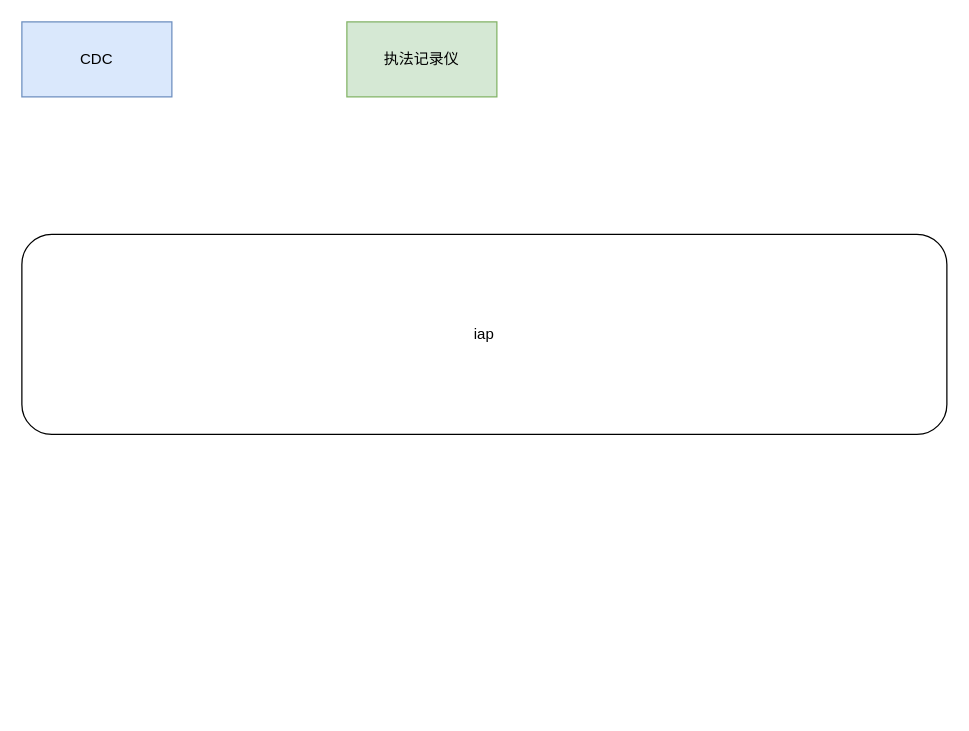
Earlier version of the draw.io diagram Untitled Diagram.drawio (Shadowboy88/TechBlog). Source tidied: cells renumbered, new cells numbered last; positions are measured from the earlier drawing's top-left corner, leaving out a move shared by most shapes. Both pictures are drawn from the tidied source at 125%, with x=0, y=0 at pixel (21, 21).
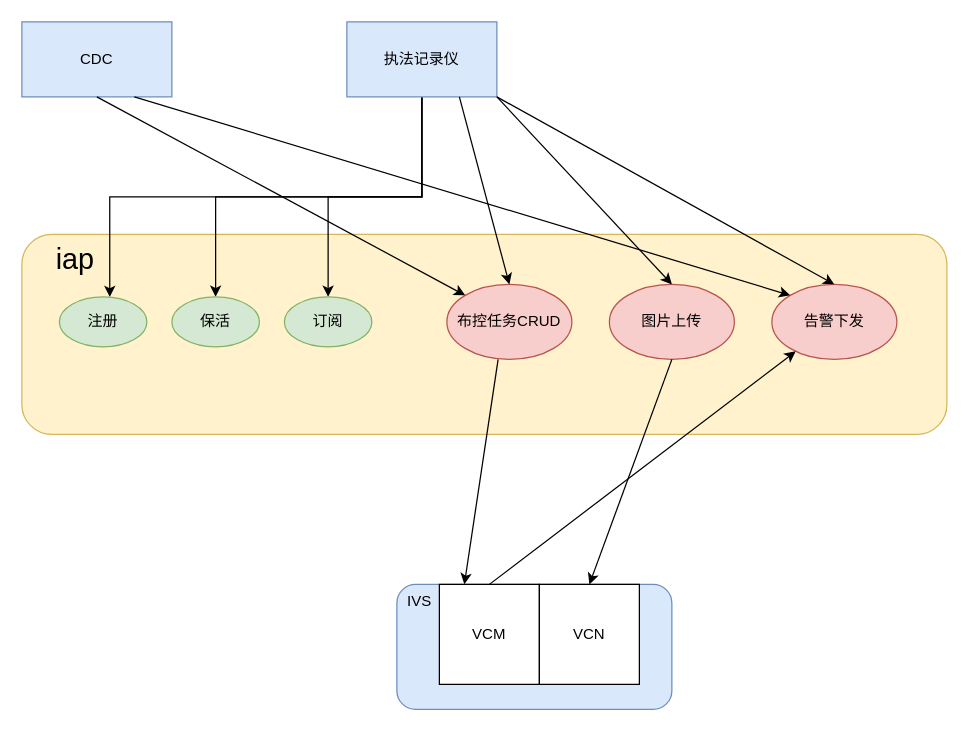
After the change.

The change refers to these unchanged cells:
```xml
<mxCell id="2" value="CDC" style="rounded=0;whiteSpace=wrap;html=1;fillColor=#dae8fc;strokeColor=#6c8ebf;" parent="1" vertex="1">
  <mxGeometry width="120" height="60" as="geometry" />
</mxCell>
```

Diff of the diagram source:
```diff
@@
-    <mxCell id="3" value="iap" style="rounded=1;whiteSpace=wrap;html=1;" parent="1" vertex="1">
+    <mxCell id="3" value="&lt;font style=&quot;font-size: 23px&quot;&gt;&amp;nbsp; &amp;nbsp; iap&lt;/font&gt;" style="rounded=1;whiteSpace=wrap;html=1;align=left;verticalAlign=top;fillColor=#fff2cc;strokeColor=#d6b656;" parent="1" vertex="1">
       <mxGeometry y="170" width="740" height="160" as="geometry" />
     </mxCell>
+    <mxCell id="5" style="edgeStyle=orthogonalEdgeStyle;rounded=0;jettySize=auto;html=1;entryX=0.095;entryY=0.313;entryDx=0;entryDy=0;entryPerimeter=0;" parent="1" edge="1" source="4" target="3">
+      <mxGeometry relative="1" as="geometry">
+        <Array as="points">
+          <mxPoint x="320" y="140" />
+          <mxPoint x="70" y="140" />
+        </Array>
+      </mxGeometry>
+    </mxCell>
+    <mxCell id="6" style="edgeStyle=orthogonalEdgeStyle;rounded=0;jettySize=auto;html=1;exitX=0.5;exitY=1;exitDx=0;exitDy=0;entryX=0.5;entryY=0;entryDx=0;entryDy=0;" parent="1" edge="1" source="4" target="10">
+      <mxGeometry relative="1" as="geometry">
+        <Array as="points">
+          <mxPoint x="320" y="140" />
+          <mxPoint x="155" y="140" />
+        </Array>
+      </mxGeometry>
+    </mxCell>
+    <mxCell id="7" style="edgeStyle=orthogonalEdgeStyle;rounded=0;jettySize=auto;html=1;entryX=0.5;entryY=0;entryDx=0;entryDy=0;" parent="1" edge="1" source="4" target="11">
+      <mxGeometry relative="1" as="geometry" />
+    </mxCell>
-    <mxCell id="4" value="执法记录仪" style="rounded=0;whiteSpace=wrap;html=1;fillColor=#d5e8d4;strokeColor=#82b366;" parent="1" vertex="1">
+    <mxCell id="4" value="执法记录仪" style="rounded=0;whiteSpace=wrap;html=1;fillColor=#dae8fc;strokeColor=#6c8ebf;" parent="1" vertex="1">
       <mxGeometry x="260" width="120" height="60" as="geometry" />
     </mxCell>
+    <mxCell id="8" value="布控任务CRUD" style="ellipse;whiteSpace=wrap;html=1;align=center;fillColor=#f8cecc;strokeColor=#b85450;" parent="1" vertex="1">
+      <mxGeometry x="340" y="210" width="100" height="60" as="geometry" />
+    </mxCell>
+    <mxCell id="9" value="注册" style="ellipse;whiteSpace=wrap;html=1;align=center;fillColor=#d5e8d4;strokeColor=#82b366;" parent="1" vertex="1">
+      <mxGeometry x="30" y="220" width="70" height="40" as="geometry" />
+    </mxCell>
+    <mxCell id="10" value="保活" style="ellipse;whiteSpace=wrap;html=1;align=center;fillColor=#d5e8d4;strokeColor=#82b366;" parent="1" vertex="1">
+      <mxGeometry x="120" y="220" width="70" height="40" as="geometry" />
+    </mxCell>
+    <mxCell id="11" value="订阅" style="ellipse;whiteSpace=wrap;html=1;align=center;fillColor=#d5e8d4;strokeColor=#82b366;" parent="1" vertex="1">
+      <mxGeometry x="210" y="220" width="70" height="40" as="geometry" />
+    </mxCell>
+    <mxCell id="12" style="endArrow=classic;html=1;exitX=0.75;exitY=1;exitDx=0;exitDy=0;entryX=0.5;entryY=0;entryDx=0;entryDy=0;" parent="1" edge="1" source="4" target="8">
+      <mxGeometry relative="1" as="geometry" />
+    </mxCell>
+    <mxCell id="13" style="endArrow=classic;html=1;exitX=0.5;exitY=1;exitDx=0;exitDy=0;entryX=0;entryY=0;entryDx=0;entryDy=0;" parent="1" edge="1" source="2" target="8">
+      <mxGeometry relative="1" as="geometry" />
+    </mxCell>
+    <mxCell id="14" value="图片上传" style="ellipse;whiteSpace=wrap;html=1;align=center;fillColor=#f8cecc;strokeColor=#b85450;" parent="1" vertex="1">
+      <mxGeometry x="470" y="210" width="100" height="60" as="geometry" />
+    </mxCell>
+    <mxCell id="15" value="&amp;nbsp; IVS" style="rounded=1;whiteSpace=wrap;html=1;align=left;fillColor=#dae8fc;strokeColor=#6c8ebf;verticalAlign=top;" parent="1" vertex="1">
+      <mxGeometry x="300" y="450" width="220" height="100" as="geometry" />
+    </mxCell>
+    <mxCell id="16" value="VCM" style="whiteSpace=wrap;html=1;align=center;" parent="1" vertex="1">
+      <mxGeometry x="334" y="450" width="80" height="80" as="geometry" />
+    </mxCell>
+    <mxCell id="17" value="VCN" style="whiteSpace=wrap;html=1;align=center;" parent="1" vertex="1">
+      <mxGeometry x="414" y="450" width="80" height="80" as="geometry" />
+    </mxCell>
+    <mxCell id="18" style="endArrow=classic;html=1;entryX=0.25;entryY=0;entryDx=0;entryDy=0;exitX=0.41;exitY=1;exitDx=0;exitDy=0;exitPerimeter=0;" parent="1" edge="1" source="8" target="16">
+      <mxGeometry relative="1" as="geometry" />
+    </mxCell>
+    <mxCell id="19" style="endArrow=classic;html=1;exitX=1;exitY=1;exitDx=0;exitDy=0;entryX=0.5;entryY=0;entryDx=0;entryDy=0;" parent="1" edge="1" source="4" target="14">
+      <mxGeometry relative="1" as="geometry" />
+    </mxCell>
+    <mxCell id="20" style="endArrow=classic;html=1;exitX=0.5;exitY=1;exitDx=0;exitDy=0;entryX=0.5;entryY=0;entryDx=0;entryDy=0;" parent="1" edge="1" source="14" target="17">
+      <mxGeometry relative="1" as="geometry" />
+    </mxCell>
+    <mxCell id="21" value="告警下发" style="ellipse;whiteSpace=wrap;html=1;align=center;fillColor=#f8cecc;strokeColor=#b85450;" parent="1" vertex="1">
+      <mxGeometry x="600" y="210" width="100" height="60" as="geometry" />
+    </mxCell>
+    <mxCell id="22" style="endArrow=classic;html=1;exitX=0.5;exitY=0;exitDx=0;exitDy=0;" parent="1" edge="1" source="16" target="21">
+      <mxGeometry relative="1" as="geometry" />
+    </mxCell>
+    <mxCell id="23" style="endArrow=classic;html=1;exitX=0.75;exitY=1;exitDx=0;exitDy=0;entryX=0;entryY=0;entryDx=0;entryDy=0;" parent="1" edge="1" source="2" target="21">
+      <mxGeometry relative="1" as="geometry" />
+    </mxCell>
+    <mxCell id="24" style="endArrow=classic;html=1;exitX=1;exitY=1;exitDx=0;exitDy=0;entryX=0.5;entryY=0;entryDx=0;entryDy=0;" parent="1" edge="1" source="4" target="21">
+      <mxGeometry relative="1" as="geometry" />
+    </mxCell>
```
